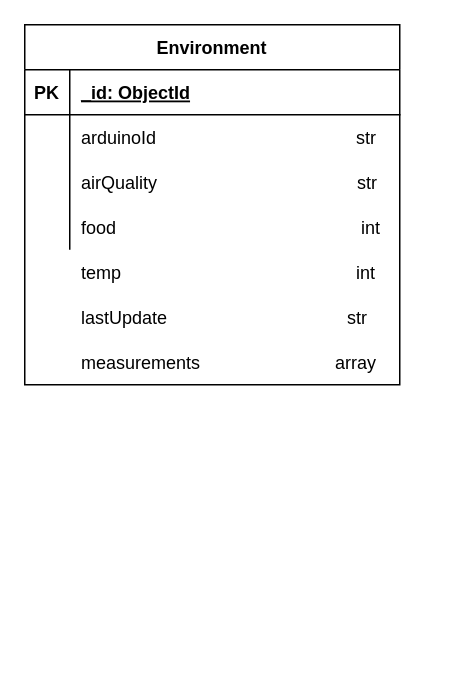
FarmENV/ER-Diagrams keeps this draw.io diagram as ER-IoT-Diagram.drawio. Above is the earlier version. Source tidied: cells renumbered, new cells numbered last; positions are measured from the earlier drawing's top-left corner, leaving out a move shared by most shapes. Both pictures are drawn from the tidied source at 150%, with x=0, y=0 at pixel (24, 24).
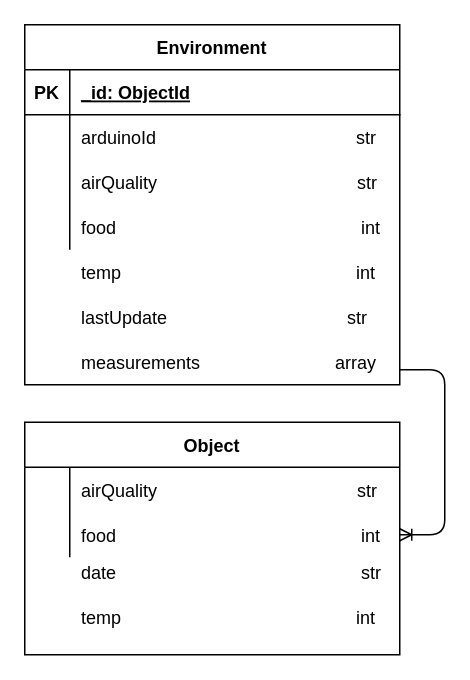
The same page after the edit.

Commit message:
Objects of meassurements were added

Change to the diagram source:
```diff
@@
+    <mxCell id="18" value="Object" style="shape=table;startSize=30;childLayout=tableLayout;rowLines=0;fontStyle=1;align=center;" parent="1" vertex="1">
+      <mxGeometry y="265" width="250" height="155" as="geometry" />
+    </mxCell>
+    <mxCell id="19" style="shape=partialRectangle;fillColor=none;top=0;left=0;right=0;bottom=0;" parent="18" vertex="1">
+      <mxGeometry y="30" width="250" height="30" as="geometry" />
+    </mxCell>
+    <mxCell id="20" style="shape=partialRectangle;overflow=hidden;fillColor=none;top=0;left=0;bottom=0;right=0;" parent="19" vertex="1">
+      <mxGeometry width="30" height="30" as="geometry" />
+    </mxCell>
+    <mxCell id="21" value="airQuality                                        str" style="shape=partialRectangle;overflow=hidden;fillColor=none;top=0;left=0;bottom=0;right=0;align=left;spacingLeft=6;" parent="19" vertex="1">
+      <mxGeometry x="30" width="220" height="30" as="geometry" />
+    </mxCell>
+    <mxCell id="22" style="shape=partialRectangle;fillColor=none;top=0;left=0;bottom=0;right=0;points=[[0,0.5],[1,0.5]];portConstraint=eastwest;" parent="18" vertex="1">
+      <mxGeometry y="60" width="250" height="30" as="geometry" />
+    </mxCell>
+    <mxCell id="23" style="shape=partialRectangle;fillColor=none;top=0;left=0;bottom=0;right=0;overflow=hidden;" parent="22" vertex="1">
+      <mxGeometry width="30" height="30" as="geometry" />
+    </mxCell>
+    <mxCell id="24" value="food                                                 int" style="shape=partialRectangle;fillColor=none;top=0;left=0;bottom=0;right=0;align=left;spacingLeft=6;overflow=hidden;" parent="22" vertex="1">
+      <mxGeometry x="30" width="220" height="30" as="geometry" />
+    </mxCell>
+    <mxCell id="25" value="temp                                               int" style="shape=partialRectangle;fillColor=none;top=0;left=0;bottom=0;right=0;align=left;spacingLeft=6;overflow=hidden;" parent="1" vertex="1">
+      <mxGeometry x="30" y="380" width="220" height="30" as="geometry" />
+    </mxCell>
+    <mxCell id="26" value="date                                                 str" style="shape=partialRectangle;fillColor=none;top=0;left=0;bottom=0;right=0;align=left;spacingLeft=6;overflow=hidden;" parent="1" vertex="1">
+      <mxGeometry x="30" y="350" width="220" height="30" as="geometry" />
+    </mxCell>
+    <mxCell id="27" style="edgeStyle=entityRelationEdgeStyle;fontSize=12;html=1;endArrow=ERoneToMany;entryX=1;entryY=0.5;entryDx=0;entryDy=0;" parent="1" edge="1" target="22">
+      <mxGeometry relative="1" as="geometry">
+        <mxPoint x="250" y="230" as="sourcePoint" />
+      </mxGeometry>
+    </mxCell>
```
